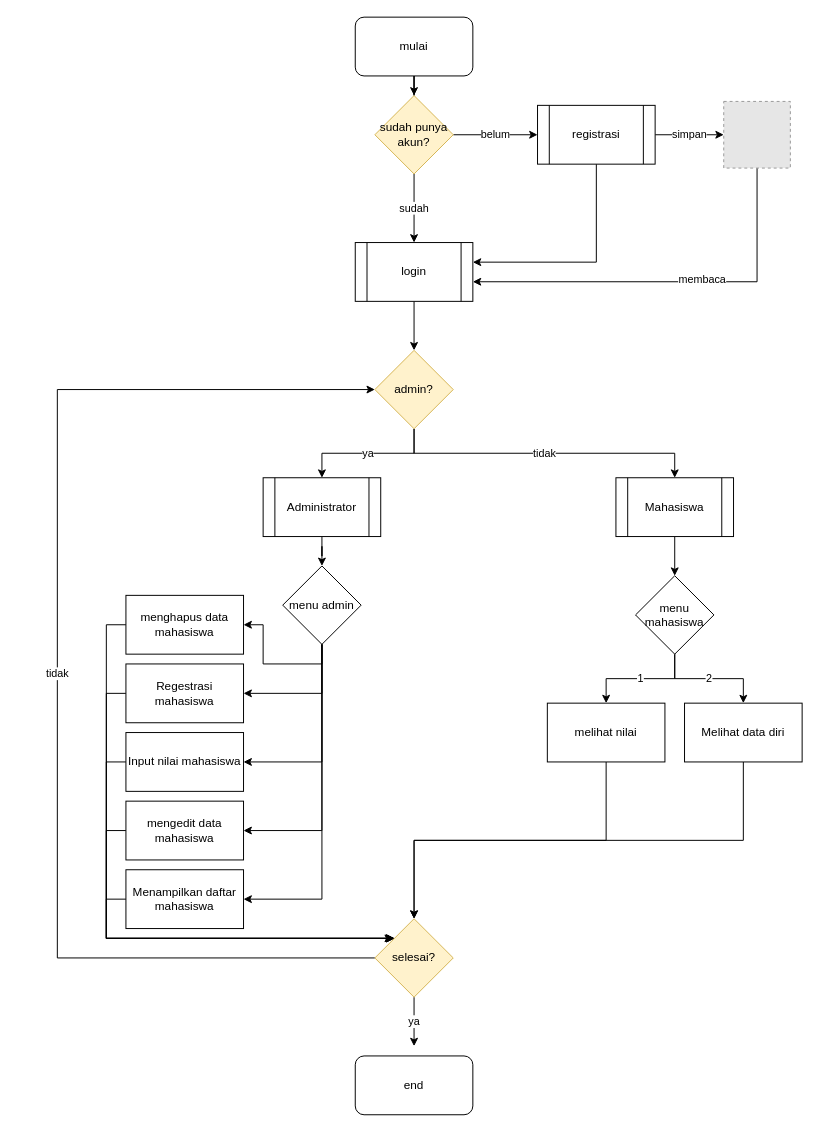
This is Aplikasi/Untitled Diagram.drawio from CettaMa/Kel_50, a draw.io file, before an edit. Source tidied: cells renumbered, new cells numbered last; positions are measured from the earlier drawing's top-left corner, leaving out a move shared by most shapes. Both pictures are drawn from the tidied source at 98%, with x=0, y=0 at pixel (57, 17). Pictures stored in the file or linked from it are replaced by grey dashed boxes.
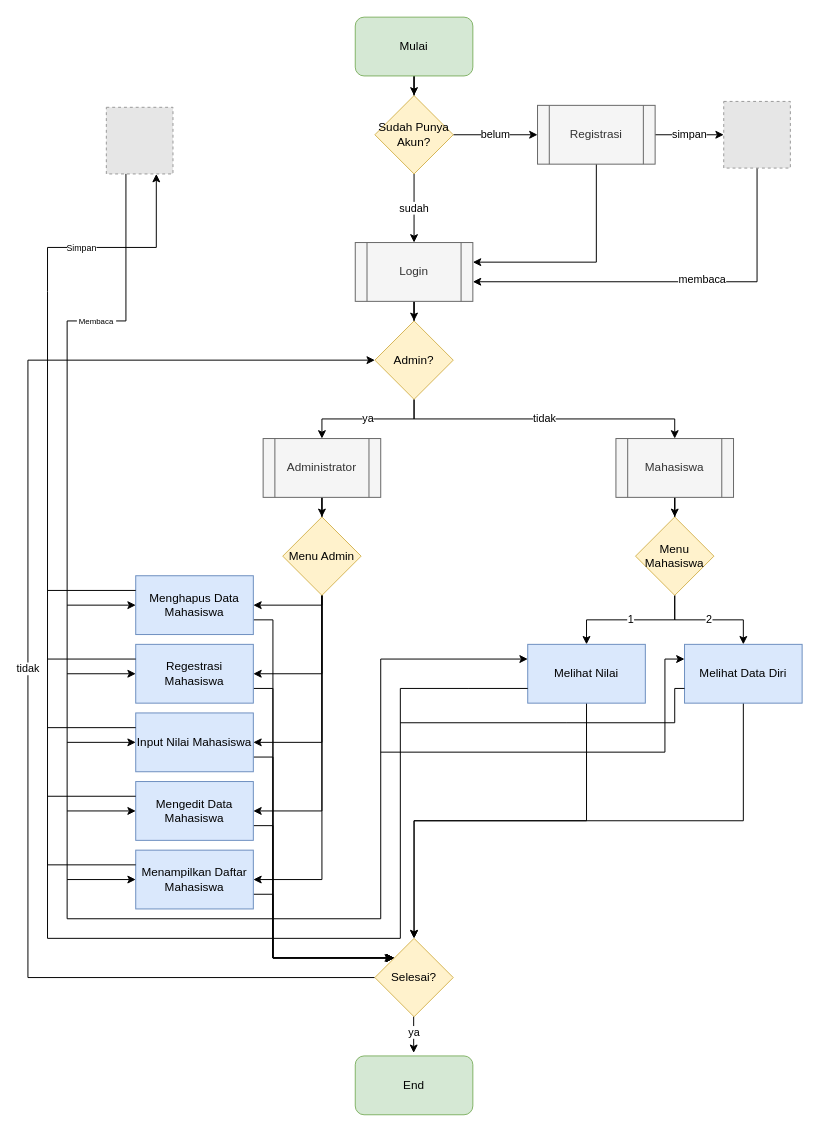
The same diagram, later.

Diff of the diagram source:
```diff
@@
-    <mxCell id="3" value="mulai" style="rounded=1;whiteSpace=wrap;html=1;" parent="1" vertex="1">
+    <mxCell id="3" value="Mulai" style="rounded=1;whiteSpace=wrap;html=1;fillColor=#d5e8d4;strokeColor=#82b366;" parent="1" vertex="1">
       <mxGeometry x="304" width="120" height="60" as="geometry" />
     </mxCell>
@@
-    <mxCell id="6" value="sudah punya akun?" style="rhombus;whiteSpace=wrap;html=1;fillColor=#fff2cc;strokeColor=#d6b656;" parent="1" vertex="1">
+    <mxCell id="6" value="Sudah Punya Akun?" style="rhombus;whiteSpace=wrap;html=1;fillColor=#fff2cc;strokeColor=#d6b656;" parent="1" vertex="1">
       <mxGeometry x="324" y="80" width="80" height="80" as="geometry" />
     </mxCell>
@@
-    <mxCell id="8" value="login" style="shape=process;whiteSpace=wrap;html=1;backgroundOutline=1;" parent="1" vertex="1">
+    <mxCell id="8" value="Login" style="shape=process;whiteSpace=wrap;html=1;backgroundOutline=1;fillColor=#f5f5f5;fontColor=#333333;strokeColor=#666666;" parent="1" vertex="1">
       <mxGeometry x="304" y="230" width="120" height="60" as="geometry" />
     </mxCell>
@@
-    <mxCell id="11" value="registrasi" style="shape=process;whiteSpace=wrap;html=1;backgroundOutline=1;" parent="1" vertex="1">
+    <mxCell id="11" value="Registrasi" style="shape=process;whiteSpace=wrap;html=1;backgroundOutline=1;fillColor=#f5f5f5;strokeColor=#666666;fontColor=#333333;" parent="1" vertex="1">
       <mxGeometry x="490" y="90" width="120" height="60" as="geometry" />
     </mxCell>
@@
-    <mxCell id="14" value="admin?" style="rhombus;whiteSpace=wrap;html=1;fillColor=#fff2cc;strokeColor=#d6b656;" parent="1" vertex="1">
-      <mxGeometry x="324" y="340" width="80" height="80" as="geometry" />
+    <mxCell id="14" value="Admin?" style="rhombus;whiteSpace=wrap;html=1;fillColor=#fff2cc;strokeColor=#d6b656;" parent="1" vertex="1">
+      <mxGeometry x="324" y="310" width="80" height="80" as="geometry" />
     </mxCell>
@@
-    <mxCell id="16" value="Administrator" style="shape=process;whiteSpace=wrap;html=1;backgroundOutline=1;" parent="1" vertex="1">
-      <mxGeometry x="210" y="470" width="120" height="60" as="geometry" />
+    <mxCell id="16" value="Administrator" style="shape=process;whiteSpace=wrap;html=1;backgroundOutline=1;fillColor=#f5f5f5;fontColor=#333333;strokeColor=#666666;" parent="1" vertex="1">
+      <mxGeometry x="210" y="430" width="120" height="60" as="geometry" />
     </mxCell>
@@
-    <mxCell id="18" value="Mahasiswa" style="shape=process;whiteSpace=wrap;html=1;backgroundOutline=1;" parent="1" vertex="1">
-      <mxGeometry x="570" y="470" width="120" height="60" as="geometry" />
+    <mxCell id="18" value="Mahasiswa" style="shape=process;whiteSpace=wrap;html=1;backgroundOutline=1;fillColor=#f5f5f5;fontColor=#333333;strokeColor=#666666;" parent="1" vertex="1">
+      <mxGeometry x="570" y="430" width="120" height="60" as="geometry" />
     </mxCell>
@@
-    <mxCell id="20" value="Melihat data diri" style="rounded=0;whiteSpace=wrap;html=1;" parent="1" vertex="1">
-      <mxGeometry x="640" y="700" width="120" height="60" as="geometry" />
+    <mxCell id="20" value="Melihat Data Diri" style="rounded=0;whiteSpace=wrap;html=1;fillColor=#dae8fc;strokeColor=#6c8ebf;" parent="1" vertex="1">
+      <mxGeometry x="640" y="640" width="120" height="60" as="geometry" />
     </mxCell>
@@
-    <mxCell id="22" value="melihat nilai" style="rounded=0;whiteSpace=wrap;html=1;" parent="1" vertex="1">
-      <mxGeometry x="500" y="700" width="120" height="60" as="geometry" />
+    <mxCell id="22" value="Melihat Nilai" style="rounded=0;whiteSpace=wrap;html=1;fillColor=#dae8fc;strokeColor=#6c8ebf;" parent="1" vertex="1">
+      <mxGeometry x="480" y="640" width="120" height="60" as="geometry" />
     </mxCell>
-    <mxCell id="23" style="edgeStyle=orthogonalEdgeStyle;rounded=0;jettySize=auto;html=1;exitX=0;exitY=0.5;exitDx=0;exitDy=0;entryX=0;entryY=0;entryDx=0;entryDy=0;" parent="1" edge="1" source="24" target="35">
+    <mxCell id="23" style="edgeStyle=orthogonalEdgeStyle;rounded=0;jettySize=auto;html=1;exitX=1;exitY=0.75;exitDx=0;exitDy=0;entryX=0;entryY=0;entryDx=0;entryDy=0;" parent="1" edge="1" source="24" target="35">
       <mxGeometry relative="1" as="geometry">
         <Array as="points">
-          <mxPoint x="50" y="690" />
-          <mxPoint x="50" y="940" />
+          <mxPoint x="220" y="685" />
+          <mxPoint x="220" y="960" />
         </Array>
       </mxGeometry>
     </mxCell>
-    <mxCell id="24" value="Regestrasi mahasiswa" style="rounded=0;whiteSpace=wrap;html=1;" parent="1" vertex="1">
-      <mxGeometry x="70" y="660" width="120" height="60" as="geometry" />
+    <mxCell id="24" value="Regestrasi Mahasiswa" style="rounded=0;whiteSpace=wrap;html=1;fillColor=#dae8fc;strokeColor=#6c8ebf;" parent="1" vertex="1">
+      <mxGeometry x="80" y="640" width="120" height="60" as="geometry" />
     </mxCell>
-    <mxCell id="25" style="edgeStyle=orthogonalEdgeStyle;rounded=0;jettySize=auto;html=1;exitX=0;exitY=0.5;exitDx=0;exitDy=0;entryX=0;entryY=0;entryDx=0;entryDy=0;" parent="1" edge="1" source="26" target="35">
+    <mxCell id="25" style="edgeStyle=orthogonalEdgeStyle;rounded=0;jettySize=auto;html=1;exitX=1;exitY=0.75;exitDx=0;exitDy=0;entryX=0;entryY=0;entryDx=0;entryDy=0;" parent="1" edge="1" source="26" target="35">
       <mxGeometry relative="1" as="geometry">
         <Array as="points">
-          <mxPoint x="50" y="760" />
-          <mxPoint x="50" y="940" />
+          <mxPoint x="220" y="755" />
+          <mxPoint x="220" y="960" />
         </Array>
       </mxGeometry>
     </mxCell>
-    <mxCell id="26" value="Input nilai mahasiswa" style="rounded=0;whiteSpace=wrap;html=1;" parent="1" vertex="1">
-      <mxGeometry x="70" y="730" width="120" height="60" as="geometry" />
+    <mxCell id="26" value="Input Nilai Mahasiswa" style="rounded=0;whiteSpace=wrap;html=1;fillColor=#dae8fc;strokeColor=#6c8ebf;" parent="1" vertex="1">
+      <mxGeometry x="80" y="710" width="120" height="60" as="geometry" />
     </mxCell>
-    <mxCell id="27" style="edgeStyle=orthogonalEdgeStyle;rounded=0;jettySize=auto;html=1;exitX=0;exitY=0.5;exitDx=0;exitDy=0;entryX=0;entryY=0;entryDx=0;entryDy=0;" parent="1" edge="1" source="28" target="35">
+    <mxCell id="27" style="edgeStyle=orthogonalEdgeStyle;rounded=0;jettySize=auto;html=1;entryX=0;entryY=0;entryDx=0;entryDy=0;exitX=1;exitY=0.75;exitDx=0;exitDy=0;" parent="1" edge="1" source="28" target="35">
       <mxGeometry relative="1" as="geometry">
         <Array as="points">
-          <mxPoint x="50" y="620" />
-          <mxPoint x="50" y="940" />
+          <mxPoint x="220" y="615" />
+          <mxPoint x="220" y="960" />
         </Array>
       </mxGeometry>
     </mxCell>
-    <mxCell id="28" value="menghapus data mahasiswa" style="rounded=0;whiteSpace=wrap;html=1;" parent="1" vertex="1">
-      <mxGeometry x="70" y="590" width="120" height="60" as="geometry" />
+    <mxCell id="28" value="Menghapus Data Mahasiswa" style="rounded=0;whiteSpace=wrap;html=1;fillColor=#dae8fc;strokeColor=#6c8ebf;" parent="1" vertex="1">
+      <mxGeometry x="80" y="570" width="120" height="60" as="geometry" />
     </mxCell>
-    <mxCell id="29" style="edgeStyle=orthogonalEdgeStyle;rounded=0;jettySize=auto;html=1;exitX=0;exitY=0.5;exitDx=0;exitDy=0;entryX=0.23;entryY=0.25;entryDx=0;entryDy=0;entryPerimeter=0;" parent="1" edge="1" source="30" target="35">
+    <mxCell id="29" style="edgeStyle=orthogonalEdgeStyle;rounded=0;jettySize=auto;html=1;exitX=1;exitY=0.75;exitDx=0;exitDy=0;entryX=0.23;entryY=0.25;entryDx=0;entryDy=0;entryPerimeter=0;" parent="1" edge="1" source="30" target="35">
       <mxGeometry relative="1" as="geometry">
         <Array as="points">
-          <mxPoint x="50" y="830" />
-          <mxPoint x="50" y="940" />
+          <mxPoint x="220" y="825" />
+          <mxPoint x="220" y="960" />
         </Array>
       </mxGeometry>
     </mxCell>
-    <mxCell id="30" value="mengedit data mahasiswa" style="rounded=0;whiteSpace=wrap;html=1;" parent="1" vertex="1">
-      <mxGeometry x="70" y="800" width="120" height="60" as="geometry" />
+    <mxCell id="30" value="Mengedit Data Mahasiswa" style="rounded=0;whiteSpace=wrap;html=1;fillColor=#dae8fc;strokeColor=#6c8ebf;" parent="1" vertex="1">
+      <mxGeometry x="80" y="780" width="120" height="60" as="geometry" />
     </mxCell>
-    <mxCell id="31" style="edgeStyle=orthogonalEdgeStyle;rounded=0;jettySize=auto;html=1;exitX=0;exitY=0.5;exitDx=0;exitDy=0;entryX=0;entryY=0;entryDx=0;entryDy=0;" parent="1" edge="1" source="32" target="35">
+    <mxCell id="31" style="edgeStyle=orthogonalEdgeStyle;rounded=0;jettySize=auto;html=1;exitX=1;exitY=0.75;exitDx=0;exitDy=0;entryX=0;entryY=0;entryDx=0;entryDy=0;" parent="1" edge="1" source="32" target="35">
       <mxGeometry relative="1" as="geometry">
         <Array as="points">
-          <mxPoint x="50" y="900" />
-          <mxPoint x="50" y="940" />
+          <mxPoint x="220" y="895" />
+          <mxPoint x="220" y="960" />
         </Array>
       </mxGeometry>
     </mxCell>
-    <mxCell id="32" value="Menampilkan daftar mahasiswa" style="rounded=0;whiteSpace=wrap;html=1;" parent="1" vertex="1">
-      <mxGeometry x="70" y="870" width="120" height="60" as="geometry" />
+    <mxCell id="32" value="Menampilkan Daftar Mahasiswa" style="rounded=0;whiteSpace=wrap;html=1;fillColor=#dae8fc;strokeColor=#6c8ebf;" parent="1" vertex="1">
+      <mxGeometry x="80" y="850" width="120" height="60" as="geometry" />
     </mxCell>
-    <mxCell id="33" value="ya" style="edgeStyle=orthogonalEdgeStyle;rounded=0;jettySize=auto;html=1;" parent="1" edge="1" source="35">
-      <mxGeometry relative="1" as="geometry">
-        <mxPoint x="364" y="1050" as="targetPoint" />
+    <mxCell id="33" value="ya" style="edgeStyle=orthogonalEdgeStyle;rounded=0;jettySize=auto;html=1;entryX=0.497;entryY=-0.052;entryDx=0;entryDy=0;entryPerimeter=0;" parent="1" edge="1" source="35" target="36">
+      <mxGeometry x="-0.14" relative="1" as="geometry">
+        <Array as="points">
+          <mxPoint x="364" y="1030" />
+        </Array>
       </mxGeometry>
     </mxCell>
     <mxCell id="34" value="tidak" style="edgeStyle=orthogonalEdgeStyle;rounded=0;jettySize=auto;html=1;exitX=0;exitY=0.5;exitDx=0;exitDy=0;entryX=0;entryY=0.5;entryDx=0;entryDy=0;" parent="1" edge="1" source="35" target="14">
       <mxGeometry relative="1" as="geometry">
         <Array as="points">
-          <mxPoint y="960" />
-          <mxPoint y="380" />
+          <mxPoint x="-30" y="980" />
+          <mxPoint x="-30" y="350" />
         </Array>
       </mxGeometry>
     </mxCell>
-    <mxCell id="35" value="selesai?" style="rhombus;whiteSpace=wrap;html=1;fillColor=#fff2cc;strokeColor=#d6b656;" parent="1" vertex="1">
-      <mxGeometry x="324" y="920" width="80" height="80" as="geometry" />
+    <mxCell id="35" value="Selesai?" style="rhombus;whiteSpace=wrap;html=1;fillColor=#fff2cc;strokeColor=#d6b656;" parent="1" vertex="1">
+      <mxGeometry x="324" y="940" width="80" height="80" as="geometry" />
     </mxCell>
-    <mxCell id="36" value="end" style="rounded=1;whiteSpace=wrap;html=1;" parent="1" vertex="1">
+    <mxCell id="36" value="End" style="rounded=1;whiteSpace=wrap;html=1;fillColor=#d5e8d4;strokeColor=#82b366;" parent="1" vertex="1">
       <mxGeometry x="304" y="1060" width="120" height="60" as="geometry" />
     </mxCell>
@@
     <mxCell id="40" style="edgeStyle=orthogonalEdgeStyle;rounded=0;jettySize=auto;html=1;exitX=0.5;exitY=1;exitDx=0;exitDy=0;entryX=1;entryY=0.5;entryDx=0;entryDy=0;" parent="1" edge="1" source="45" target="28">
-      <mxGeometry relative="1" as="geometry" />
+      <mxGeometry relative="1" as="geometry">
+        <Array as="points">
+          <mxPoint x="270" y="600" />
+        </Array>
+      </mxGeometry>
     </mxCell>
@@
-    <mxCell id="45" value="menu admin" style="rhombus;whiteSpace=wrap;html=1;" parent="1" vertex="1">
-      <mxGeometry x="230" y="560" width="80" height="80" as="geometry" />
+    <mxCell id="45" value="Menu Admin" style="rhombus;whiteSpace=wrap;html=1;fillColor=#fff2cc;strokeColor=#d6b656;" parent="1" vertex="1">
+      <mxGeometry x="230" y="510" width="80" height="80" as="geometry" />
     </mxCell>
@@
-    <mxCell id="48" value="menu mahasiswa" style="rhombus;whiteSpace=wrap;html=1;" parent="1" vertex="1">
-      <mxGeometry x="590" y="570" width="80" height="80" as="geometry" />
+    <mxCell id="48" value="Menu Mahasiswa" style="rhombus;whiteSpace=wrap;html=1;fillColor=#fff2cc;strokeColor=#d6b656;" parent="1" vertex="1">
+      <mxGeometry x="590" y="510" width="80" height="80" as="geometry" />
     </mxCell>
+    <mxCell id="49" style="fillColor=#E6E6E6;strokeColor=#999999;dashed=1;html=1;verticalAlign=top;verticalLabelPosition=bottom;labelBackgroundColor=#ffffff;" parent="1" vertex="1">
+      <mxGeometry x="50" y="92" width="68" height="68" as="geometry" />
+    </mxCell>
+    <mxCell id="50" style="endArrow=classic;html=1;rounded=0;entryX=0;entryY=0.5;entryDx=0;entryDy=0;exitX=0;exitY=0.5;exitDx=0;exitDy=0;startArrow=none;" parent="1" edge="1" source="66" target="32">
+      <mxGeometry relative="1" as="geometry">
+        <Array as="points">
+          <mxPoint x="10" y="310" />
+          <mxPoint x="10" y="880" />
+        </Array>
+      </mxGeometry>
+    </mxCell>
+    <mxCell id="51" style="endArrow=classic;html=1;rounded=0;entryX=0;entryY=0.5;entryDx=0;entryDy=0;" parent="1" edge="1" target="24">
+      <mxGeometry relative="1" as="geometry">
+        <mxPoint x="10" y="670" as="sourcePoint" />
+      </mxGeometry>
+    </mxCell>
+    <mxCell id="52" style="endArrow=classic;html=1;rounded=0;entryX=0;entryY=0.5;entryDx=0;entryDy=0;" parent="1" edge="1" target="26">
+      <mxGeometry relative="1" as="geometry">
+        <mxPoint x="10" y="740" as="sourcePoint" />
+      </mxGeometry>
+    </mxCell>
+    <mxCell id="53" style="endArrow=classic;html=1;rounded=0;entryX=0;entryY=0.5;entryDx=0;entryDy=0;" parent="1" edge="1" target="30">
+      <mxGeometry relative="1" as="geometry">
+        <mxPoint x="10" y="810" as="sourcePoint" />
+      </mxGeometry>
+    </mxCell>
+    <mxCell id="54" style="endArrow=classic;html=1;rounded=0;entryX=0;entryY=0.5;entryDx=0;entryDy=0;" parent="1" edge="1" target="28">
+      <mxGeometry relative="1" as="geometry">
+        <mxPoint x="10" y="600" as="sourcePoint" />
+      </mxGeometry>
+    </mxCell>
+    <mxCell id="55" style="endArrow=classic;html=1;rounded=0;entryX=0.75;entryY=1;entryDx=0;entryDy=0;startArrow=none;" parent="1" edge="1" source="64" target="49">
+      <mxGeometry relative="1" as="geometry">
+        <Array as="points">
+          <mxPoint x="101" y="235" />
+        </Array>
+      </mxGeometry>
+    </mxCell>
+    <mxCell id="56" style="endArrow=none;html=1;rounded=0;exitX=0;exitY=0.25;exitDx=0;exitDy=0;" parent="1" edge="1" source="30">
+      <mxGeometry relative="1" as="geometry">
+        <mxPoint x="-10" y="795" as="targetPoint" />
+      </mxGeometry>
+    </mxCell>
+    <mxCell id="57" style="endArrow=none;html=1;rounded=0;exitX=0;exitY=0.25;exitDx=0;exitDy=0;" parent="1" edge="1" source="26">
+      <mxGeometry relative="1" as="geometry">
+        <mxPoint x="-10" y="725" as="targetPoint" />
+      </mxGeometry>
+    </mxCell>
+    <mxCell id="58" style="endArrow=none;html=1;rounded=0;exitX=0;exitY=0.25;exitDx=0;exitDy=0;" parent="1" edge="1" source="24">
+      <mxGeometry relative="1" as="geometry">
+        <mxPoint x="-10" y="655" as="targetPoint" />
+      </mxGeometry>
+    </mxCell>
+    <mxCell id="59" style="endArrow=none;html=1;rounded=0;exitX=0;exitY=0.25;exitDx=0;exitDy=0;" parent="1" edge="1" source="28">
+      <mxGeometry relative="1" as="geometry">
+        <mxPoint x="-10" y="585" as="targetPoint" />
+      </mxGeometry>
+    </mxCell>
+    <mxCell id="60" style="endArrow=none;html=1;rounded=0;entryX=0;entryY=0.75;entryDx=0;entryDy=0;" parent="1" edge="1" target="22">
+      <mxGeometry relative="1" as="geometry">
+        <mxPoint x="-10" y="860" as="sourcePoint" />
+        <Array as="points">
+          <mxPoint x="-10" y="940" />
+          <mxPoint x="350" y="940" />
+          <mxPoint x="350" y="685" />
+          <mxPoint x="420" y="685" />
+        </Array>
+      </mxGeometry>
+    </mxCell>
+    <mxCell id="61" style="endArrow=none;html=1;rounded=0;entryX=0;entryY=0.75;entryDx=0;entryDy=0;" parent="1" edge="1" target="20">
+      <mxGeometry relative="1" as="geometry">
+        <mxPoint x="350" y="720" as="sourcePoint" />
+        <Array as="points">
+          <mxPoint x="520" y="720" />
+          <mxPoint x="630" y="720" />
+          <mxPoint x="630" y="685" />
+        </Array>
+      </mxGeometry>
+    </mxCell>
+    <mxCell id="62" style="endArrow=classic;html=1;rounded=0;entryX=0;entryY=0.25;entryDx=0;entryDy=0;" parent="1" edge="1" target="22">
+      <mxGeometry relative="1" as="geometry">
+        <mxPoint x="10" y="880" as="sourcePoint" />
+        <Array as="points">
+          <mxPoint x="10" y="920" />
+          <mxPoint x="330" y="920" />
+          <mxPoint x="330" y="655" />
+        </Array>
+      </mxGeometry>
+    </mxCell>
+    <mxCell id="63" style="endArrow=classic;html=1;rounded=0;entryX=0;entryY=0.25;entryDx=0;entryDy=0;" parent="1" edge="1" target="20">
+      <mxGeometry relative="1" as="geometry">
+        <mxPoint x="330" y="750" as="sourcePoint" />
+        <Array as="points">
+          <mxPoint x="620" y="750" />
+          <mxPoint x="620" y="655" />
+        </Array>
+      </mxGeometry>
+    </mxCell>
+    <mxCell id="64" value="&lt;font style=&quot;font-size: 9px;&quot;&gt;Simpan&lt;/font&gt;" style="text;html=1;strokeColor=none;fillColor=none;align=center;verticalAlign=middle;whiteSpace=wrap;rounded=0;rotation=0;" parent="1" vertex="1">
+      <mxGeometry x="10" y="220" width="30" height="30" as="geometry" />
+    </mxCell>
+    <mxCell id="65" style="endArrow=none;html=1;rounded=0;exitX=0;exitY=0.25;exitDx=0;exitDy=0;entryX=0;entryY=0.5;entryDx=0;entryDy=0;" parent="1" edge="1" source="32" target="64">
+      <mxGeometry relative="1" as="geometry">
+        <Array as="points">
+          <mxPoint x="-10" y="865" />
+          <mxPoint x="-10" y="280" />
+          <mxPoint x="-10" y="235" />
+        </Array>
+      </mxGeometry>
+    </mxCell>
+    <mxCell id="66" value="&lt;font style=&quot;font-size: 8px;&quot;&gt;Membaca&lt;/font&gt;" style="text;html=1;strokeColor=none;fillColor=none;align=center;verticalAlign=middle;whiteSpace=wrap;rounded=0;" parent="1" vertex="1">
+      <mxGeometry x="20" y="300" width="40" height="20" as="geometry" />
+    </mxCell>
+    <mxCell id="67" style="endArrow=none;html=1;rounded=0;entryX=1;entryY=0.5;entryDx=0;entryDy=0;" parent="1" edge="1" target="66">
+      <mxGeometry relative="1" as="geometry">
+        <mxPoint x="70" y="160" as="sourcePoint" />
+        <Array as="points">
+          <mxPoint x="70" y="310" />
+        </Array>
+      </mxGeometry>
+    </mxCell>
```
